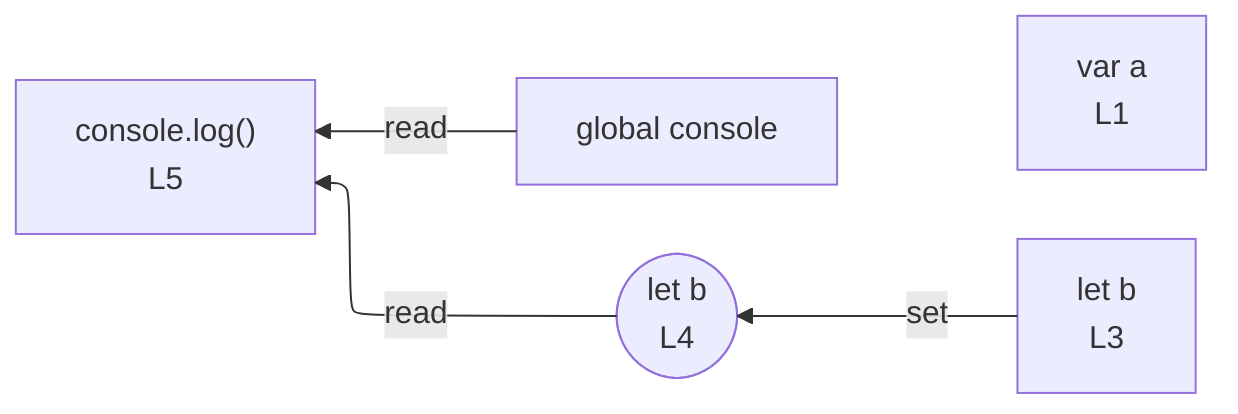
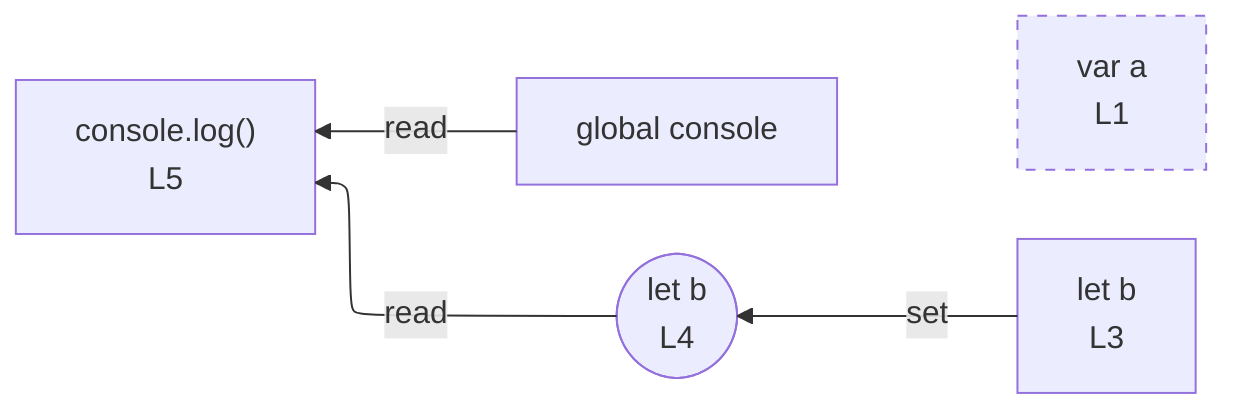
%%{init: {"flowchart": {"defaultRenderer": "elk"}}}%%
flowchart RL
  n_scope_0_a_4["var a<br/>L1"]
  n_scope_0_b_22["let b<br/>L3"]
  n_scope_0_console_36["global console"]
  wr_ref_1(["let b<br/>L4"])
  n_scope_0_b_22 -->|set| wr_ref_1
  n_scope_0_console_36 -->|read| expr_stmt_36
  wr_ref_1 -->|read| expr_stmt_36
  expr_stmt_36["console.log()<br/>L5"]
+   classDef varNode stroke-dasharray:5 5;
+   class n_scope_0_a_4 varNode;
